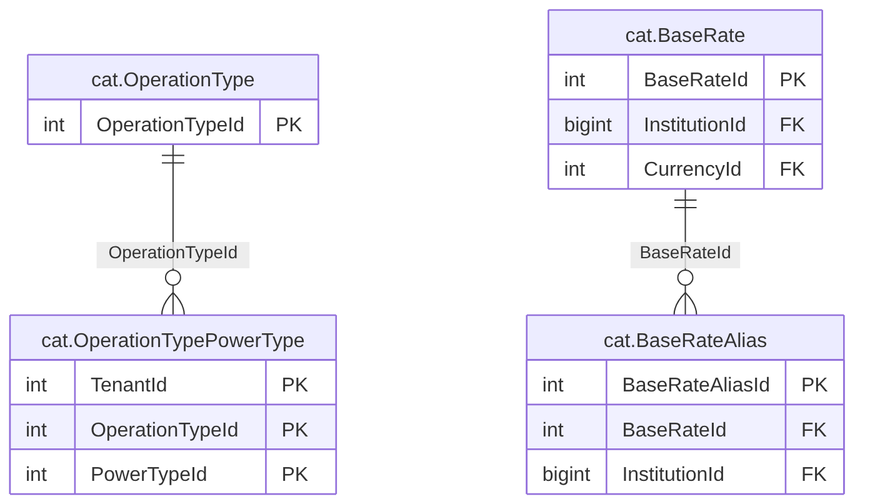
thawrasy/smartlines keeps this Mermaid diagram as treasury-platform/docs/diagrams/erd/m4_rates_lookups_1.png. Above is the earlier version. Its source is kept beside it as treasury-platform/docs/diagrams/erd/m4_rates_lookups_1.mmd.
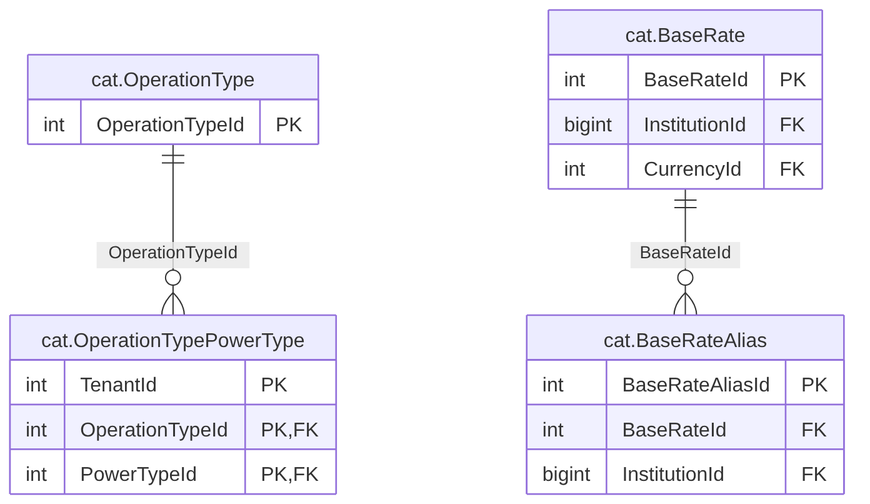
The same file after the commit.

The edit, as a diff of the source:
```diff
@@ -4,8 +4,8 @@
   }
   cat_OperationTypePowerType["cat.OperationTypePowerType"] {
     int TenantId PK
-    int OperationTypeId PK
-    int PowerTypeId PK
+    int OperationTypeId PK, FK
+    int PowerTypeId PK, FK
   }
   cat_BaseRate["cat.BaseRate"] {
     int BaseRateId PK
```
